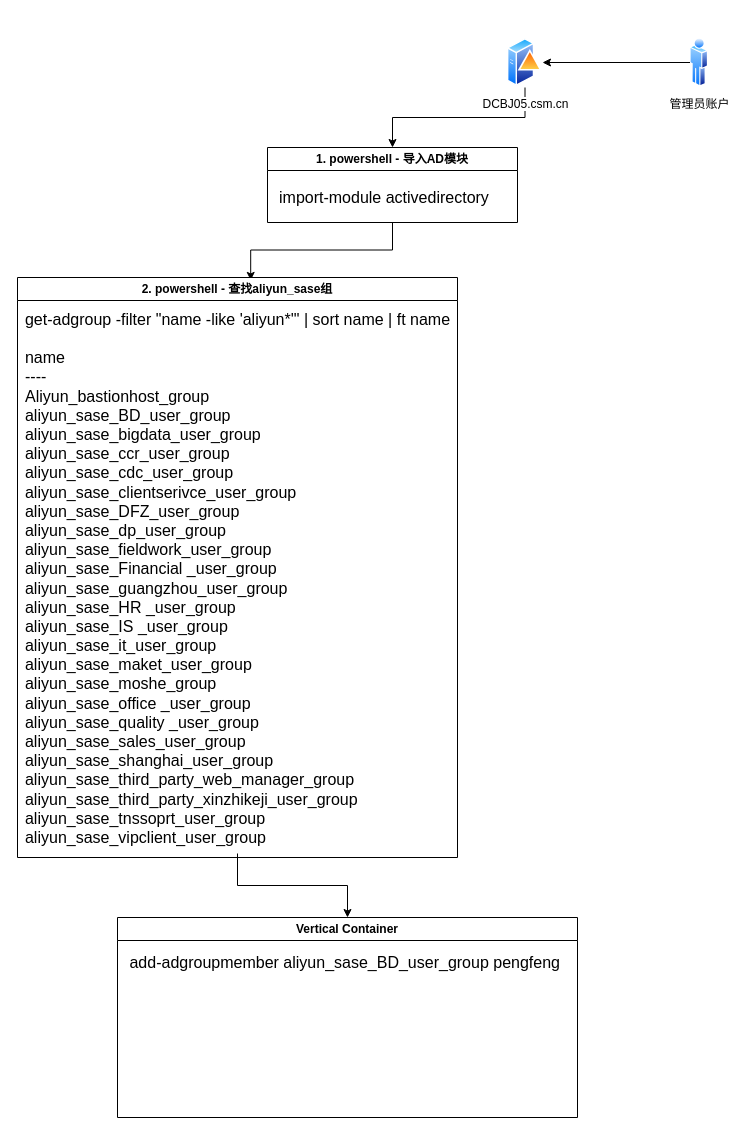
Before: aliyun-sase-opreation.drawio in natop/drawio, a draw.io diagram. Source tidied: cells renumbered, new cells numbered last; positions are measured from the earlier drawing's top-left corner, leaving out a move shared by most shapes. Both pictures are drawn from the tidied source at 100%, with x=0, y=0 at pixel (17, 37).
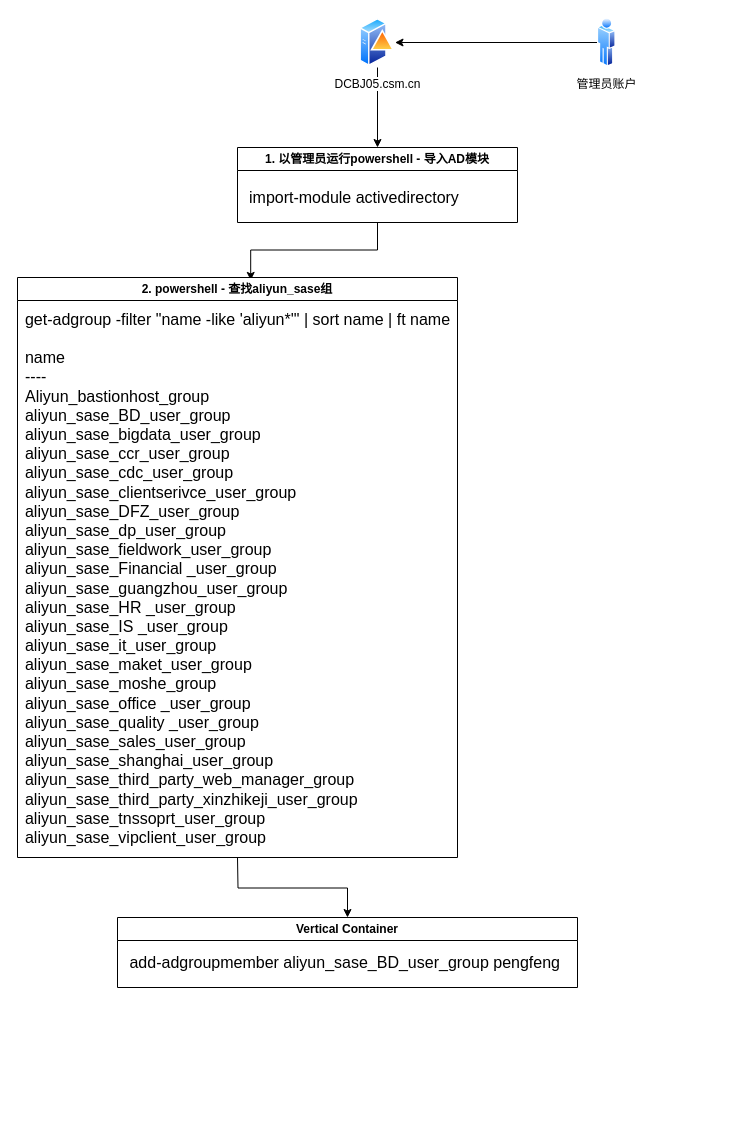
The same diagram, later.

Change to the diagram source:
```diff
@@
 <mxGraphModel>
   <root>
     <mxCell id="0" />
     <mxCell id="1" parent="0" />
     <mxCell id="2" style="edgeStyle=orthogonalEdgeStyle;rounded=0;jettySize=auto;html=1;" parent="1" edge="1" source="3" target="7">
       <mxGeometry relative="1" as="geometry" />
     </mxCell>
     <mxCell id="3" value="DCBJ05.csm.cn" style="image;perimeter=ellipsePerimeter;html=1;align=center;shadow=0;dashed=0;spacingTop=3;image=img/lib/active_directory/domain_controller.svg;" parent="1" vertex="1">
-      <mxGeometry x="490" width="35" height="50" as="geometry" />
+      <mxGeometry x="342.5" y="-20" width="35" height="50" as="geometry" />
     </mxCell>
     <mxCell id="4" style="edgeStyle=orthogonalEdgeStyle;rounded=0;jettySize=auto;html=1;" parent="1" edge="1" source="5" target="3">
       <mxGeometry relative="1" as="geometry" />
     </mxCell>
     <mxCell id="5" value="管理员账户" style="image;perimeter=ellipsePerimeter;html=1;align=center;shadow=0;dashed=0;spacingTop=3;image=img/lib/active_directory/user.svg;" parent="1" vertex="1">
-      <mxGeometry x="672.5" width="18.5" height="50" as="geometry" />
+      <mxGeometry x="580" y="-20" width="18.5" height="50" as="geometry" />
     </mxCell>
     <mxCell id="6" style="edgeStyle=orthogonalEdgeStyle;rounded=0;jettySize=auto;html=1;entryX=0.53;entryY=0.005;entryDx=0;entryDy=0;entryPerimeter=0;" parent="1" edge="1" source="7" target="9">
       <mxGeometry relative="1" as="geometry" />
     </mxCell>
-    <mxCell id="7" value="1. powershell - 导入AD模块" style="swimlane;whiteSpace=wrap;html=1;" parent="1" vertex="1">
-      <mxGeometry x="250" y="110" width="250" height="75" as="geometry" />
+    <mxCell id="7" value="1. 以管理员运行powershell - 导入AD模块" style="swimlane;whiteSpace=wrap;html=1;" parent="1" vertex="1">
+      <mxGeometry x="220" y="110" width="280" height="75" as="geometry" />
     </mxCell>
     <mxCell id="8" value="import-module activedirectory&lt;br style=&quot;font-size: 16px;&quot;&gt;" style="text;html=1;align=left;verticalAlign=middle;strokeColor=none;fillColor=none;fontSize=16;" parent="7" vertex="1">
       <mxGeometry x="10" y="35" width="230" height="30" as="geometry" />
     </mxCell>
     <mxCell id="9" value="2. powershell - 查找aliyun_sase组" style="swimlane;whiteSpace=wrap;html=1;" parent="1" vertex="1">
       <mxGeometry y="240" width="440" height="580" as="geometry" />
     </mxCell>
     <mxCell id="10" value="&lt;font style=&quot;font-size: 16px;&quot;&gt;get-adgroup -filter &quot;name -like 'aliyun*'&quot; | sort name | ft name&lt;br style=&quot;border-color: var(--border-color); text-align: left;&quot;&gt;&lt;br style=&quot;border-color: var(--border-color); text-align: left;&quot;&gt;&lt;/font&gt;&lt;div style=&quot;border-color: var(--border-color); text-align: left; font-size: 16px;&quot;&gt;&lt;font style=&quot;font-size: 16px;&quot;&gt;name&lt;/font&gt;&lt;/div&gt;&lt;div style=&quot;border-color: var(--border-color); text-align: left; font-size: 16px;&quot;&gt;&lt;font style=&quot;font-size: 16px;&quot;&gt;----&lt;/font&gt;&lt;/div&gt;&lt;div style=&quot;border-color: var(--border-color); text-align: left; font-size: 16px;&quot;&gt;&lt;font style=&quot;font-size: 16px;&quot;&gt;Aliyun_bastionhost_group&lt;/font&gt;&lt;/div&gt;&lt;div style=&quot;border-color: var(--border-color); text-align: left; font-size: 16px;&quot;&gt;&lt;font style=&quot;font-size: 16px;&quot;&gt;aliyun_sase_BD_user_group&lt;/font&gt;&lt;/div&gt;&lt;div style=&quot;border-color: var(--border-color); text-align: left; font-size: 16px;&quot;&gt;&lt;font style=&quot;font-size: 16px;&quot;&gt;aliyun_sase_bigdata_user_group&lt;/font&gt;&lt;/div&gt;&lt;div style=&quot;border-color: var(--border-color); text-align: left; font-size: 16px;&quot;&gt;&lt;font style=&quot;font-size: 16px;&quot;&gt;aliyun_sase_ccr_user_group&lt;/font&gt;&lt;/div&gt;&lt;div style=&quot;border-color: var(--border-color); text-align: left; font-size: 16px;&quot;&gt;&lt;font style=&quot;font-size: 16px;&quot;&gt;aliyun_sase_cdc_user_group&lt;/font&gt;&lt;/div&gt;&lt;div style=&quot;border-color: var(--border-color); text-align: left; font-size: 16px;&quot;&gt;&lt;font style=&quot;font-size: 16px;&quot;&gt;aliyun_sase_clientserivce_user_group&lt;/font&gt;&lt;/div&gt;&lt;div style=&quot;border-color: var(--border-color); text-align: left; font-size: 16px;&quot;&gt;&lt;font style=&quot;font-size: 16px;&quot;&gt;aliyun_sase_DFZ_user_group&lt;/font&gt;&lt;/div&gt;&lt;div style=&quot;border-color: var(--border-color); text-align: left; font-size: 16px;&quot;&gt;&lt;font style=&quot;font-size: 16px;&quot;&gt;aliyun_sase_dp_user_group&lt;/font&gt;&lt;/div&gt;&lt;div style=&quot;border-color: var(--border-color); text-align: left; font-size: 16px;&quot;&gt;&lt;font style=&quot;font-size: 16px;&quot;&gt;aliyun_sase_fieldwork_user_group&lt;/font&gt;&lt;/div&gt;&lt;div style=&quot;border-color: var(--border-color); text-align: left; font-size: 16px;&quot;&gt;&lt;font style=&quot;font-size: 16px;&quot;&gt;aliyun_sase_Financial _user_group&lt;/font&gt;&lt;/div&gt;&lt;div style=&quot;border-color: var(--border-color); text-align: left; font-size: 16px;&quot;&gt;&lt;font style=&quot;font-size: 16px;&quot;&gt;aliyun_sase_guangzhou_user_group&lt;/font&gt;&lt;/div&gt;&lt;div style=&quot;border-color: var(--border-color); text-align: left; font-size: 16px;&quot;&gt;&lt;font style=&quot;font-size: 16px;&quot;&gt;aliyun_sase_HR _user_group&lt;/font&gt;&lt;/div&gt;&lt;div style=&quot;border-color: var(--border-color); text-align: left; font-size: 16px;&quot;&gt;&lt;font style=&quot;font-size: 16px;&quot;&gt;aliyun_sase_IS _user_group&lt;/font&gt;&lt;/div&gt;&lt;div style=&quot;border-color: var(--border-color); text-align: left; font-size: 16px;&quot;&gt;&lt;font style=&quot;font-size: 16px;&quot;&gt;aliyun_sase_it_user_group&lt;/font&gt;&lt;/div&gt;&lt;div style=&quot;border-color: var(--border-color); text-align: left; font-size: 16px;&quot;&gt;&lt;font style=&quot;font-size: 16px;&quot;&gt;aliyun_sase_maket_user_group&lt;/font&gt;&lt;/div&gt;&lt;div style=&quot;border-color: var(--border-color); text-align: left; font-size: 16px;&quot;&gt;&lt;font style=&quot;font-size: 16px;&quot;&gt;aliyun_sase_moshe_group&lt;/font&gt;&lt;/div&gt;&lt;div style=&quot;border-color: var(--border-color); text-align: left; font-size: 16px;&quot;&gt;&lt;font style=&quot;font-size: 16px;&quot;&gt;aliyun_sase_office _user_group&lt;/font&gt;&lt;/div&gt;&lt;div style=&quot;border-color: var(--border-color); text-align: left; font-size: 16px;&quot;&gt;&lt;font style=&quot;font-size: 16px;&quot;&gt;aliyun_sase_quality _user_group&lt;/font&gt;&lt;/div&gt;&lt;div style=&quot;border-color: var(--border-color); text-align: left; font-size: 16px;&quot;&gt;&lt;font style=&quot;font-size: 16px;&quot;&gt;aliyun_sase_sales_user_group&lt;/font&gt;&lt;/div&gt;&lt;div style=&quot;border-color: var(--border-color); text-align: left; font-size: 16px;&quot;&gt;&lt;font style=&quot;font-size: 16px;&quot;&gt;aliyun_sase_shanghai_user_group&lt;/font&gt;&lt;/div&gt;&lt;div style=&quot;border-color: var(--border-color); text-align: left; font-size: 16px;&quot;&gt;&lt;font style=&quot;font-size: 16px;&quot;&gt;aliyun_sase_third_party_web_manager_group&lt;/font&gt;&lt;/div&gt;&lt;div style=&quot;border-color: var(--border-color); text-align: left; font-size: 16px;&quot;&gt;&lt;font style=&quot;font-size: 16px;&quot;&gt;aliyun_sase_third_party_xinzhikeji_user_group&lt;/font&gt;&lt;/div&gt;&lt;div style=&quot;border-color: var(--border-color); text-align: left; font-size: 16px;&quot;&gt;&lt;font style=&quot;font-size: 16px;&quot;&gt;aliyun_sase_tnssoprt_user_group&lt;/font&gt;&lt;/div&gt;&lt;div style=&quot;border-color: var(--border-color); text-align: left; font-size: 16px;&quot;&gt;&lt;font style=&quot;font-size: 16px;&quot;&gt;aliyun_sase_vipclient_user_group&lt;/font&gt;&lt;/div&gt;" style="text;html=1;align=center;verticalAlign=middle;points=[];strokeColor=none;fillColor=none;" parent="9" vertex="1">
       <mxGeometry x="5" y="26" width="430" height="550" as="geometry" />
     </mxCell>
     <mxCell id="11" value="Vertical Container" style="swimlane;whiteSpace=wrap;html=1;" parent="1" vertex="1">
-      <mxGeometry x="100" y="880" width="460" height="200" as="geometry" />
+      <mxGeometry x="100" y="880" width="460" height="70" as="geometry" />
     </mxCell>
     <mxCell id="12" value="&amp;nbsp;add-adgroupmember aliyun_sase_BD_user_group pengfeng" style="text;html=1;align=center;verticalAlign=middle;strokeColor=none;fillColor=none;fontSize=16;" parent="11" vertex="1">
       <mxGeometry y="30" width="450" height="30" as="geometry" />
     </mxCell>
-    <mxCell id="13" style="edgeStyle=orthogonalEdgeStyle;rounded=0;jettySize=auto;html=1;" parent="1" edge="1" source="10" target="11">
-      <mxGeometry relative="1" as="geometry" />
+    <mxCell id="13" style="edgeStyle=orthogonalEdgeStyle;rounded=0;jettySize=auto;html=1;" parent="1" edge="1" target="11">
+      <mxGeometry relative="1" as="geometry">
+        <mxPoint x="220" y="820" as="sourcePoint" />
+      </mxGeometry>
     </mxCell>
   </root>
 </mxGraphModel>
```
